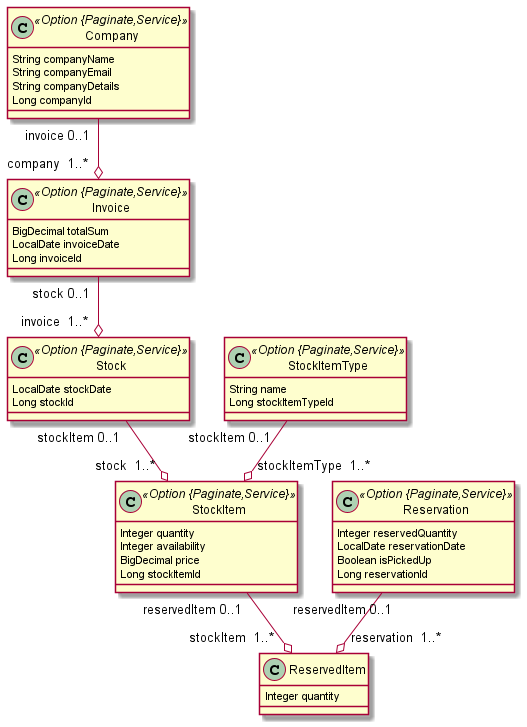
This is jdl/jhipster-jdlv2.png from softalaRyhma2/SR2, a PlantUML export, as it was before one commit.
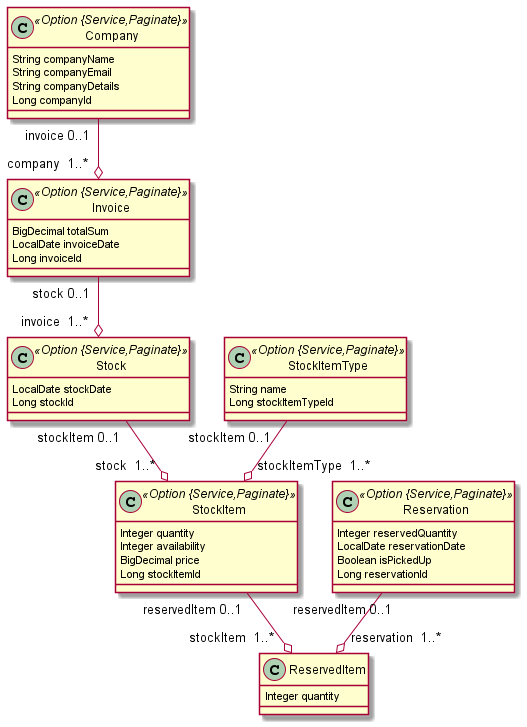
The same diagram one commit later.

Commit message:
company id hidden in details and edit if user is not recser or admin

What changed in the source:
```diff
@@ -1,31 +1,31 @@
 @startuml
 	!pragma syntax class
-	class Company <<Option {Paginate,Service}>> {
+	class Company <<Option {Service,Paginate}>> {
 		String companyName
 		String companyEmail
 		String companyDetails
 		Long companyId
 	}
-	class Invoice <<Option {Paginate,Service}>> {
+	class Invoice <<Option {Service,Paginate}>> {
 		BigDecimal totalSum
 		LocalDate invoiceDate
 		Long invoiceId
 	}
-	class Stock <<Option {Paginate,Service}>> {
+	class Stock <<Option {Service,Paginate}>> {
 		LocalDate stockDate
 		Long stockId
 	}
-	class StockItem <<Option {Paginate,Service}>> {
+	class StockItem <<Option {Service,Paginate}>> {
 		Integer quantity
 		Integer availability
 		BigDecimal price
 		Long stockItemId
 	}
-	class StockItemType <<Option {Paginate,Service}>> {
+	class StockItemType <<Option {Service,Paginate}>> {
 		String name
 		Long stockItemTypeId
 	}
-	class Reservation <<Option {Paginate,Service}>> {
+	class Reservation <<Option {Service,Paginate}>> {
 		Integer reservedQuantity
 		LocalDate reservationDate
 		Boolean isPickedUp
```
